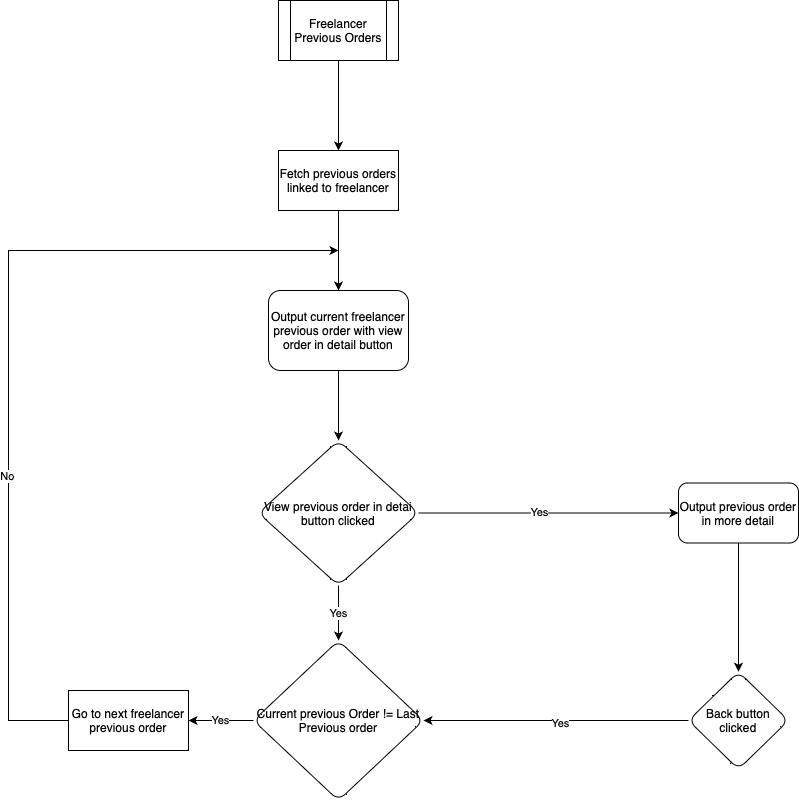
trndnd/ALevelTkinterWork keeps this draw.io diagram as PreviousOrdersFlowChart.drawio.png. Above is the earlier version. Source tidied: cells renumbered, new cells last; positions are measured from the earlier drawing's top-left corner, leaving out a move shared by most shapes.
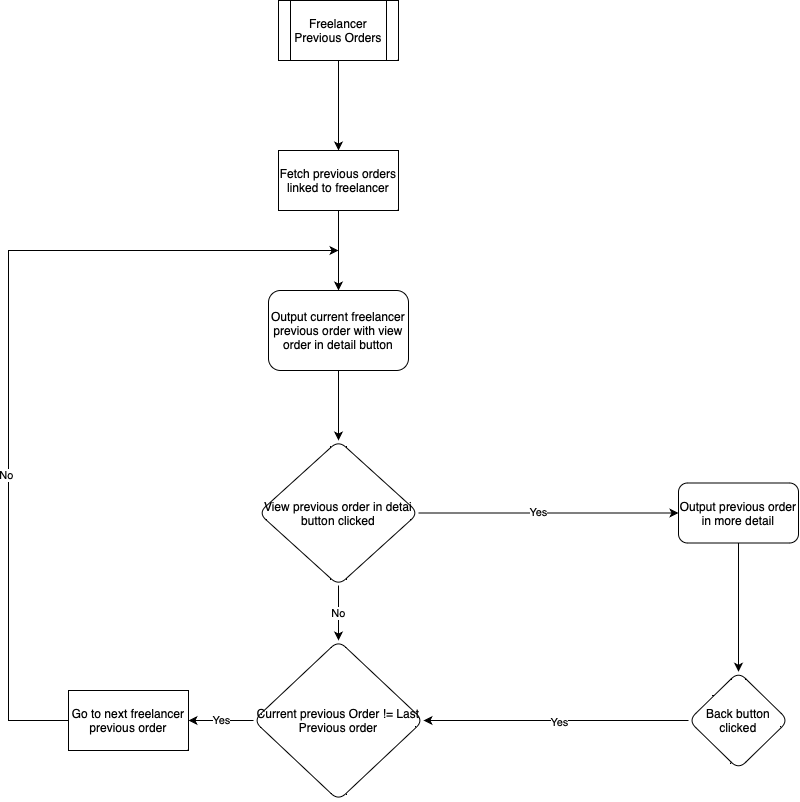
After the commit.

What changed in the source:
```diff
@@ -28,7 +28,7 @@
         <mxPoint y="1" as="offset" />
       </mxGeometry>
     </mxCell>
-    <mxCell id="10" value="Yes" style="edgeStyle=orthogonalEdgeStyle;rounded=0;jettySize=auto;html=1;" parent="1" edge="1" source="11" target="18">
+    <mxCell id="10" value="No" style="edgeStyle=orthogonalEdgeStyle;rounded=0;jettySize=auto;html=1;" parent="1" edge="1" source="11" target="18">
       <mxGeometry relative="1" as="geometry" />
     </mxCell>
     <mxCell id="11" value="View previous order in detai button clicked" style="rhombus;whiteSpace=wrap;html=1;rounded=1;" parent="1" vertex="1">
```
